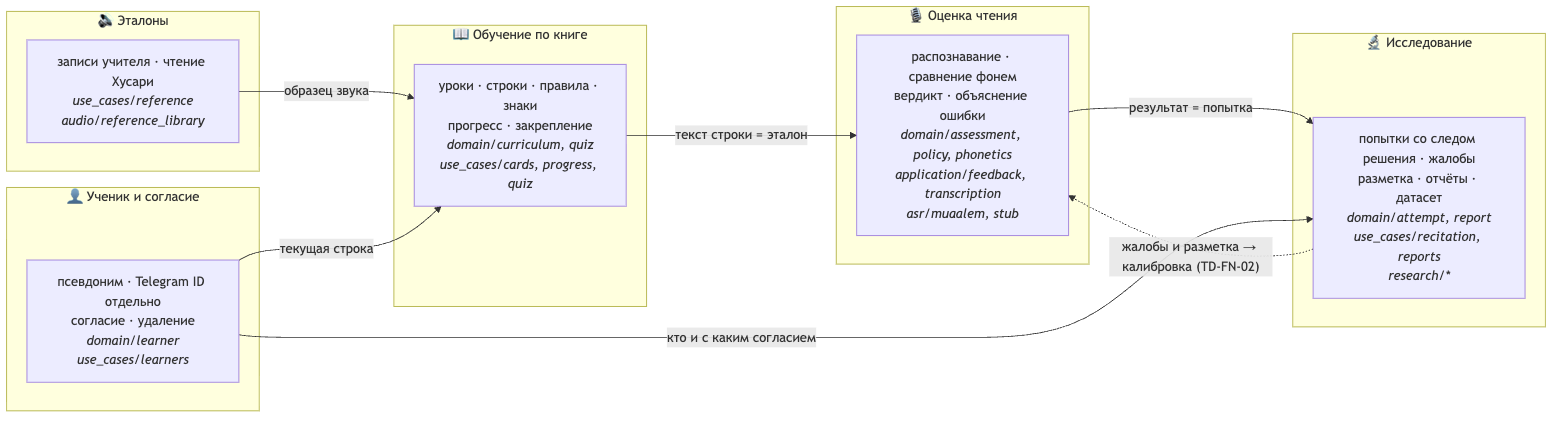
This is docs/architecture/diagrams/07-contexts.png from abdra04-gif/muallim, a Mermaid export, as it was before one commit. Its source is kept beside it as docs/architecture/diagrams/07-contexts.mmd. Its diagram source:
```mermaid
flowchart LR
    subgraph learning["📖 Обучение по книге"]
        L["уроки · строки · правила · знаки<br/>прогресс · закрепление<br/><i>domain/curriculum, quiz<br/>use_cases/cards, progress, quiz</i>"]
    end
    subgraph reference["🔊 Эталоны"]
        R["записи учителя · чтение Хусари<br/><i>use_cases/reference<br/>audio/reference_library</i>"]
    end
    subgraph assessment["🎙 Оценка чтения"]
        A["распознавание · сравнение фонем<br/>вердикт · объяснение ошибки<br/><i>domain/assessment, policy, phonetics<br/>application/feedback, transcription<br/>asr/muaalem, stub</i>"]
    end
    subgraph identity["👤 Ученик и согласие"]
        I["псевдоним · Telegram ID отдельно<br/>согласие · удаление<br/><i>domain/learner<br/>use_cases/learners</i>"]
    end
    subgraph research["🔬 Исследование"]
        S["попытки со следом решения · жалобы<br/>разметка · отчёты · датасет<br/><i>domain/attempt, report<br/>use_cases/recitation, reports<br/>research/*</i>"]
    end

    L -- "текст строки = эталон" --> A
    R -- "образец звука" --> L
    A -- "результат = попытка" --> S
    I -- "кто и с каким согласием" --> S
    I -- "текущая строка" --> L
    S -. "жалобы и разметка → калибровка (TD-FN-02)" .-> A
```
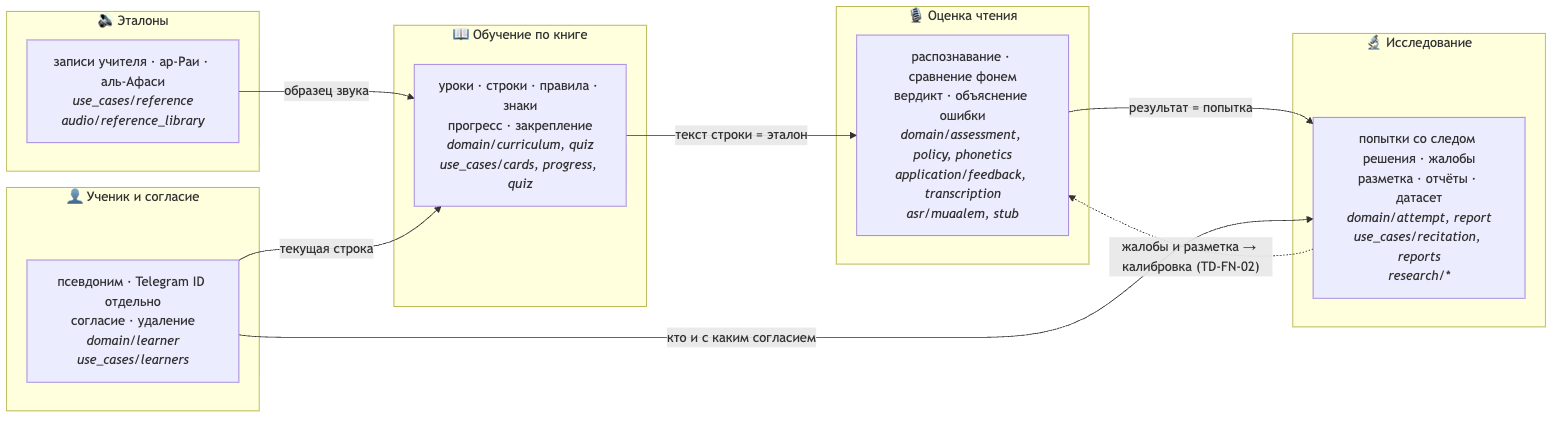
After the change.

Diff of the diagram source:
```diff
@@ -3,7 +3,7 @@
         L["уроки · строки · правила · знаки<br/>прогресс · закрепление<br/><i>domain/curriculum, quiz<br/>use_cases/cards, progress, quiz</i>"]
     end
     subgraph reference["🔊 Эталоны"]
-        R["записи учителя · чтение Хусари<br/><i>use_cases/reference<br/>audio/reference_library</i>"]
+        R["записи учителя · ар-Раи · аль-Афаси<br/><i>use_cases/reference<br/>audio/reference_library</i>"]
     end
     subgraph assessment["🎙 Оценка чтения"]
         A["распознавание · сравнение фонем<br/>вердикт · объяснение ошибки<br/><i>domain/assessment, policy, phonetics<br/>application/feedback, transcription<br/>asr/muaalem, stub</i>"]
```
